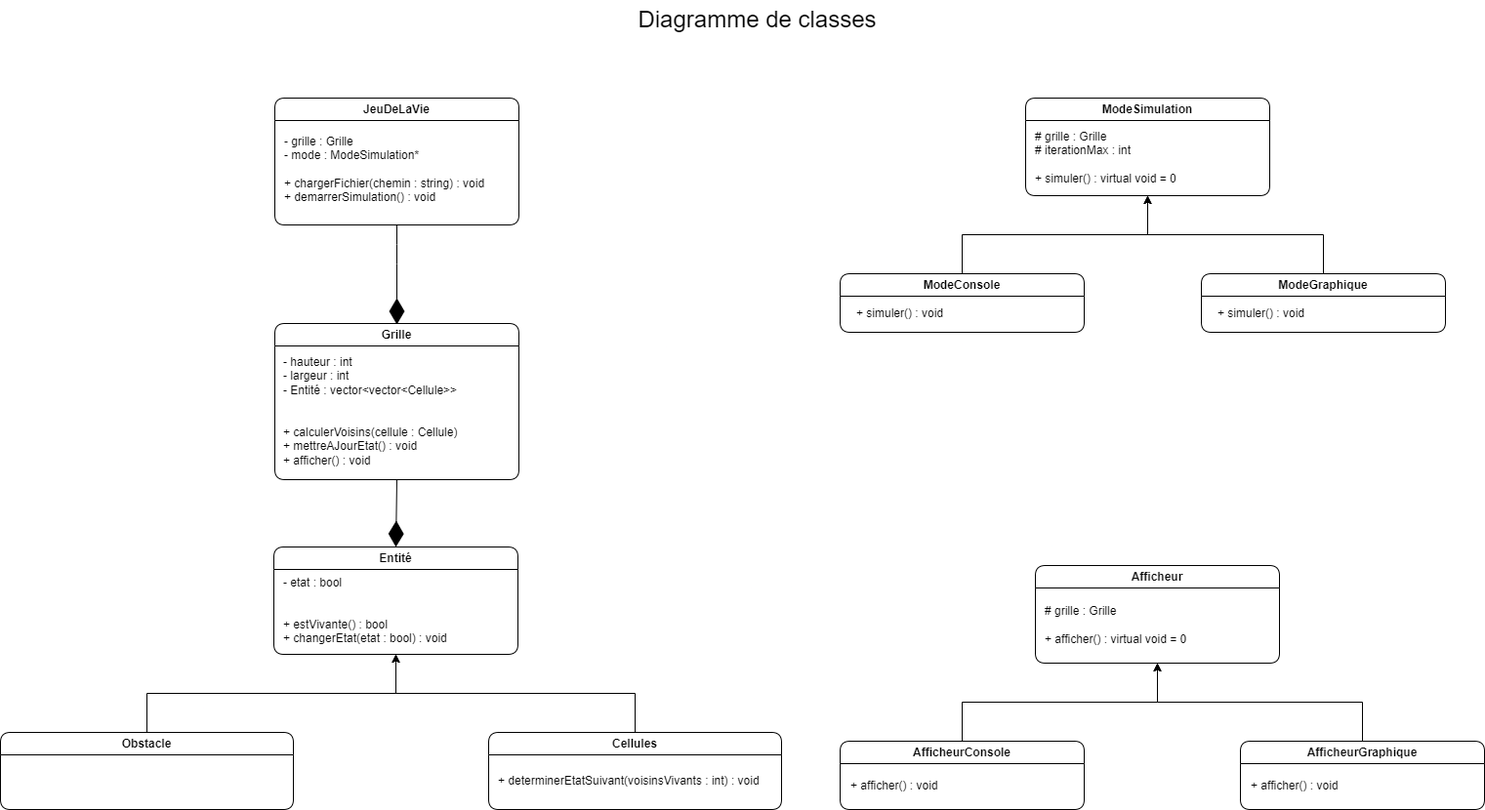
The draw.io diagram Diagrams/Diagrammes-Diagramme de classes.png in Doggo785/ConwayGoL, before a commit. Source tidied: cells renumbered, new cells last; positions are measured from the earlier drawing's top-left corner, leaving out a move shared by most shapes. Source of this version:
```xml
<mxGraphModel>
  <root>
    <mxCell id="0" />
    <mxCell id="1" parent="0" />
    <mxCell id="2" value="Grille" style="swimlane;whiteSpace=wrap;html=1;rounded=1;strokeColor=default;align=center;verticalAlign=middle;fontFamily=Helvetica;fontSize=12;fontColor=default;fillColor=default;" parent="1" vertex="1">
      <mxGeometry x="281" y="331" width="250" height="160" as="geometry" />
    </mxCell>
    <mxCell id="3" value="- hauteur : int&lt;br&gt;- largeur : int&lt;br&gt;- Entité : vector&amp;lt;vector&amp;lt;Cellule&amp;gt;&amp;gt;&lt;br&gt;&lt;br&gt;&lt;br&gt;+ calculerVoisins(cellule : Cellule)&lt;br&gt;+ mettreAJourEtat() : void&lt;br&gt;+ afficher() : void" style="text;html=1;align=left;verticalAlign=middle;whiteSpace=wrap;rounded=0;fontFamily=Helvetica;fontSize=12;fontColor=default;" parent="2" vertex="1">
      <mxGeometry x="7" y="30" width="235" height="120" as="geometry" />
    </mxCell>
    <mxCell id="4" value="Entité" style="swimlane;whiteSpace=wrap;html=1;rounded=1;strokeColor=default;align=center;verticalAlign=middle;fontFamily=Helvetica;fontSize=12;fontColor=default;fillColor=default;" parent="1" vertex="1">
      <mxGeometry x="280" y="560" width="250" height="110" as="geometry" />
    </mxCell>
    <mxCell id="5" value="- etat : bool&lt;br&gt;&lt;br&gt;&lt;div&gt;&lt;br&gt;&lt;/div&gt;&lt;div&gt;+ estVivante() : bool&lt;br&gt;+ changerEtat(etat : bool) : void&lt;/div&gt;" style="text;html=1;align=left;verticalAlign=middle;whiteSpace=wrap;rounded=0;fontFamily=Helvetica;fontSize=12;fontColor=default;" parent="4" vertex="1">
      <mxGeometry x="7.5" y="30" width="235" height="70" as="geometry" />
    </mxCell>
    <mxCell id="6" style="edgeStyle=orthogonalEdgeStyle;rounded=0;jettySize=auto;html=1;exitX=0.5;exitY=0;exitDx=0;exitDy=0;entryX=0.5;entryY=1;entryDx=0;entryDy=0;" parent="1" edge="1" source="7" target="4">
      <mxGeometry relative="1" as="geometry" />
    </mxCell>
    <mxCell id="7" value="Cellules" style="swimlane;whiteSpace=wrap;html=1;rounded=1;strokeColor=default;align=center;verticalAlign=middle;fontFamily=Helvetica;fontSize=12;fontColor=default;fillColor=default;" parent="1" vertex="1">
      <mxGeometry x="500" y="750" width="300" height="79" as="geometry" />
    </mxCell>
    <mxCell id="8" value="+ determinerEtatSuivant(voisinsVivants : int) : void" style="text;html=1;align=left;verticalAlign=middle;whiteSpace=wrap;rounded=0;fontFamily=Helvetica;fontSize=12;fontColor=default;" parent="7" vertex="1">
      <mxGeometry x="7.5" y="30" width="292.5" height="40" as="geometry" />
    </mxCell>
    <mxCell id="9" style="edgeStyle=orthogonalEdgeStyle;rounded=0;jettySize=auto;html=1;entryX=0.5;entryY=1;entryDx=0;entryDy=0;" parent="1" edge="1" source="10" target="4">
      <mxGeometry relative="1" as="geometry" />
    </mxCell>
    <mxCell id="10" value="&lt;strong&gt;Obstacle&lt;/strong&gt;" style="swimlane;whiteSpace=wrap;html=1;rounded=1;strokeColor=default;align=center;verticalAlign=middle;fontFamily=Helvetica;fontSize=12;fontColor=default;fillColor=default;" parent="1" vertex="1">
      <mxGeometry y="750" width="300" height="79" as="geometry" />
    </mxCell>
    <mxCell id="11" value="Afficheur" style="swimlane;whiteSpace=wrap;html=1;rounded=1;strokeColor=default;align=center;verticalAlign=middle;fontFamily=Helvetica;fontSize=12;fontColor=default;fillColor=default;" parent="1" vertex="1">
      <mxGeometry x="1060" y="579" width="250" height="100" as="geometry" />
    </mxCell>
    <mxCell id="12" value="# grille : Grille&lt;br&gt;&lt;div&gt;&lt;br&gt;&lt;/div&gt;&lt;div&gt;+ afficher() : virtual void = 0&lt;/div&gt;" style="text;html=1;align=left;verticalAlign=middle;whiteSpace=wrap;rounded=0;fontFamily=Helvetica;fontSize=12;fontColor=default;" parent="11" vertex="1">
      <mxGeometry x="7.5" y="26" width="235" height="70" as="geometry" />
    </mxCell>
    <mxCell id="13" style="edgeStyle=orthogonalEdgeStyle;rounded=0;jettySize=auto;html=1;entryX=0.5;entryY=1;entryDx=0;entryDy=0;" parent="1" edge="1" source="14" target="11">
      <mxGeometry relative="1" as="geometry" />
    </mxCell>
    <mxCell id="14" value="AfficheurConsole" style="swimlane;whiteSpace=wrap;html=1;rounded=1;strokeColor=default;align=center;verticalAlign=middle;fontFamily=Helvetica;fontSize=12;fontColor=default;fillColor=default;" parent="1" vertex="1">
      <mxGeometry x="860" y="759" width="250" height="70" as="geometry" />
    </mxCell>
    <mxCell id="15" value="&lt;br&gt;&lt;div&gt;&lt;br&gt;&lt;/div&gt;&lt;div&gt;+ afficher() : void&lt;/div&gt;" style="text;html=1;align=left;verticalAlign=middle;whiteSpace=wrap;rounded=0;fontFamily=Helvetica;fontSize=12;fontColor=default;" parent="14" vertex="1">
      <mxGeometry x="8.5" y="14" width="235" height="34" as="geometry" />
    </mxCell>
    <mxCell id="16" style="edgeStyle=orthogonalEdgeStyle;rounded=0;jettySize=auto;html=1;entryX=0.5;entryY=1;entryDx=0;entryDy=0;" parent="1" edge="1" source="17" target="11">
      <mxGeometry relative="1" as="geometry" />
    </mxCell>
    <mxCell id="17" value="&lt;strong&gt;AfficheurGraphique&lt;/strong&gt;" style="swimlane;whiteSpace=wrap;html=1;rounded=1;strokeColor=default;align=center;verticalAlign=middle;fontFamily=Helvetica;fontSize=12;fontColor=default;fillColor=default;" parent="1" vertex="1">
      <mxGeometry x="1270" y="759" width="250" height="70" as="geometry" />
    </mxCell>
    <mxCell id="18" value="&lt;br&gt;&lt;div&gt;&lt;br&gt;&lt;/div&gt;&lt;div&gt;+ afficher() : void&lt;/div&gt;" style="text;html=1;align=left;verticalAlign=middle;whiteSpace=wrap;rounded=0;fontFamily=Helvetica;fontSize=12;fontColor=default;" parent="17" vertex="1">
      <mxGeometry x="8.5" y="14" width="235" height="34" as="geometry" />
    </mxCell>
    <mxCell id="19" value="ModeSimulation" style="swimlane;whiteSpace=wrap;html=1;rounded=1;strokeColor=default;align=center;verticalAlign=middle;fontFamily=Helvetica;fontSize=12;fontColor=default;fillColor=default;" parent="1" vertex="1">
      <mxGeometry x="1050" y="100" width="250" height="100" as="geometry" />
    </mxCell>
    <mxCell id="20" value="# grille : Grille&lt;div&gt;# iterationMax : int&lt;/div&gt;&lt;div&gt;&lt;br&gt;&lt;/div&gt;&lt;div&gt;+ simuler() : virtual void = 0&lt;/div&gt;" style="text;html=1;align=left;verticalAlign=middle;whiteSpace=wrap;rounded=0;fontFamily=Helvetica;fontSize=12;fontColor=default;" parent="19" vertex="1">
      <mxGeometry x="7.5" y="26" width="235" height="70" as="geometry" />
    </mxCell>
    <mxCell id="21" style="edgeStyle=orthogonalEdgeStyle;rounded=0;jettySize=auto;html=1;entryX=0.5;entryY=1;entryDx=0;entryDy=0;" parent="1" edge="1" source="22" target="19">
      <mxGeometry relative="1" as="geometry" />
    </mxCell>
    <mxCell id="22" value="&lt;strong&gt;ModeConsole&lt;/strong&gt;" style="swimlane;whiteSpace=wrap;html=1;rounded=1;strokeColor=default;align=center;verticalAlign=middle;fontFamily=Helvetica;fontSize=12;fontColor=default;fillColor=default;" parent="1" vertex="1">
      <mxGeometry x="860" y="280" width="250" height="60" as="geometry" />
    </mxCell>
    <mxCell id="23" value="+ simuler() : void" style="text;html=1;align=left;verticalAlign=middle;whiteSpace=wrap;rounded=0;fontFamily=Helvetica;fontSize=12;fontColor=default;" parent="22" vertex="1">
      <mxGeometry x="15" y="6" width="235" height="70" as="geometry" />
    </mxCell>
    <mxCell id="24" style="edgeStyle=orthogonalEdgeStyle;rounded=0;jettySize=auto;html=1;entryX=0.5;entryY=1;entryDx=0;entryDy=0;" parent="1" edge="1" source="25" target="19">
      <mxGeometry relative="1" as="geometry" />
    </mxCell>
    <mxCell id="25" value="&lt;strong&gt;ModeGraphique&lt;/strong&gt;" style="swimlane;whiteSpace=wrap;html=1;rounded=1;strokeColor=default;align=center;verticalAlign=middle;fontFamily=Helvetica;fontSize=12;fontColor=default;fillColor=default;" parent="1" vertex="1">
      <mxGeometry x="1230" y="280" width="250" height="60" as="geometry" />
    </mxCell>
    <mxCell id="26" value="+ simuler() : void" style="text;html=1;align=left;verticalAlign=middle;whiteSpace=wrap;rounded=0;fontFamily=Helvetica;fontSize=12;fontColor=default;" parent="25" vertex="1">
      <mxGeometry x="15" y="6" width="235" height="70" as="geometry" />
    </mxCell>
    <mxCell id="27" value="JeuDeLaVie" style="swimlane;whiteSpace=wrap;html=1;rounded=1;strokeColor=default;align=center;verticalAlign=middle;fontFamily=Helvetica;fontSize=12;fontColor=default;fillColor=default;" parent="1" vertex="1">
      <mxGeometry x="281" y="100" width="250" height="130" as="geometry" />
    </mxCell>
    <mxCell id="28" value="- grille : Grille&lt;div&gt;- mode : ModeSimulation*&lt;/div&gt;&lt;div&gt;&lt;br&gt;&lt;/div&gt;&lt;div&gt;+ chargerFichier(chemin : string) : void&lt;/div&gt;&lt;div&gt;+ demarrerSimulation() : void&lt;/div&gt;" style="text;html=1;align=left;verticalAlign=middle;whiteSpace=wrap;rounded=0;fontFamily=Helvetica;fontSize=12;fontColor=default;" parent="27" vertex="1">
      <mxGeometry x="7.5" y="26" width="235" height="94" as="geometry" />
    </mxCell>
    <mxCell id="29" style="endArrow=diamondThin;endFill=1;endSize=24;html=1;rounded=0;exitX=0.5;exitY=1;exitDx=0;exitDy=0;entryX=0.5;entryY=0;entryDx=0;entryDy=0;" parent="1" edge="1" source="2" target="4">
      <mxGeometry relative="1" as="geometry" />
    </mxCell>
    <mxCell id="30" style="endArrow=diamondThin;endFill=1;endSize=24;html=1;rounded=0;exitX=0.5;exitY=1;exitDx=0;exitDy=0;entryX=0.5;entryY=0;entryDx=0;entryDy=0;" parent="1" edge="1" source="27">
      <mxGeometry relative="1" as="geometry">
        <mxPoint x="406" y="332" as="targetPoint" />
        <Array as="points">
          <mxPoint x="406" y="250" />
          <mxPoint x="406" y="270" />
        </Array>
      </mxGeometry>
    </mxCell>
    <mxCell id="31" value="&lt;div&gt;&lt;font style=&quot;font-size: 24px;&quot;&gt;Diagramme de classes&lt;/font&gt;&lt;/div&gt;" style="text;html=1;align=center;verticalAlign=middle;strokeColor=none;fillColor=none;" parent="1" vertex="1">
      <mxGeometry x="640" width="270" height="40" as="geometry" />
    </mxCell>
  </root>
</mxGraphModel>
```
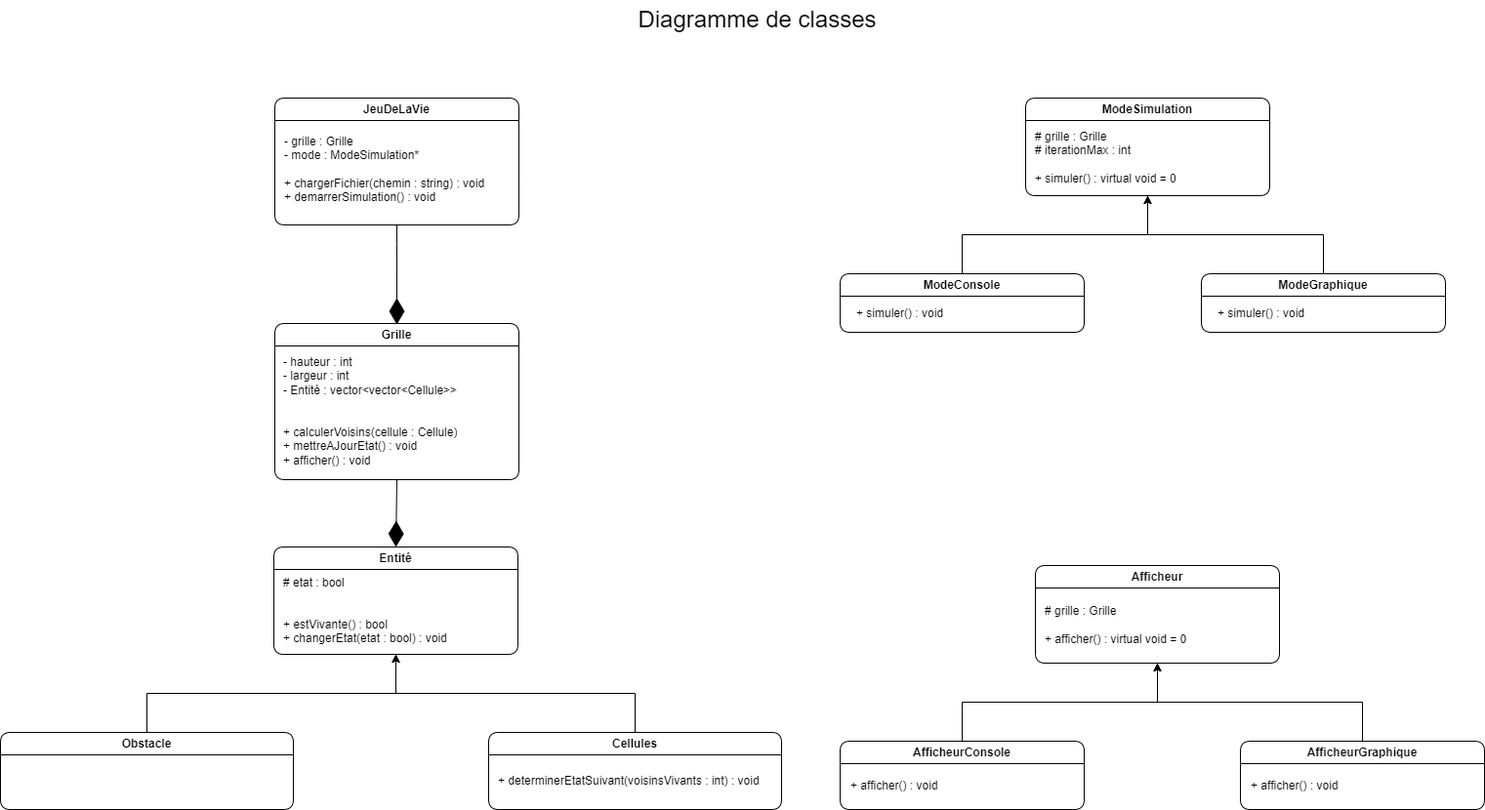
Later version of the same file.

Commit message:
Changement de - etat à # etat dans entite

The edit, as a diff of the source:
```diff
@@ -11,7 +11,7 @@
     <mxCell id="4" value="Entité" style="swimlane;whiteSpace=wrap;html=1;rounded=1;strokeColor=default;align=center;verticalAlign=middle;fontFamily=Helvetica;fontSize=12;fontColor=default;fillColor=default;" parent="1" vertex="1">
       <mxGeometry x="280" y="560" width="250" height="110" as="geometry" />
     </mxCell>
-    <mxCell id="5" value="- etat : bool&lt;br&gt;&lt;br&gt;&lt;div&gt;&lt;br&gt;&lt;/div&gt;&lt;div&gt;+ estVivante() : bool&lt;br&gt;+ changerEtat(etat : bool) : void&lt;/div&gt;" style="text;html=1;align=left;verticalAlign=middle;whiteSpace=wrap;rounded=0;fontFamily=Helvetica;fontSize=12;fontColor=default;" parent="4" vertex="1">
+    <mxCell id="5" value="# etat : bool&lt;br&gt;&lt;br&gt;&lt;div&gt;&lt;br&gt;&lt;/div&gt;&lt;div&gt;+ estVivante() : bool&lt;br&gt;+ changerEtat(etat : bool) : void&lt;/div&gt;" style="text;html=1;align=left;verticalAlign=middle;whiteSpace=wrap;rounded=0;fontFamily=Helvetica;fontSize=12;fontColor=default;" parent="4" vertex="1">
       <mxGeometry x="7.5" y="30" width="235" height="70" as="geometry" />
     </mxCell>
     <mxCell id="6" style="edgeStyle=orthogonalEdgeStyle;rounded=0;jettySize=auto;html=1;exitX=0.5;exitY=0;exitDx=0;exitDy=0;entryX=0.5;entryY=1;entryDx=0;entryDy=0;" parent="1" edge="1" source="7" target="4">
```
